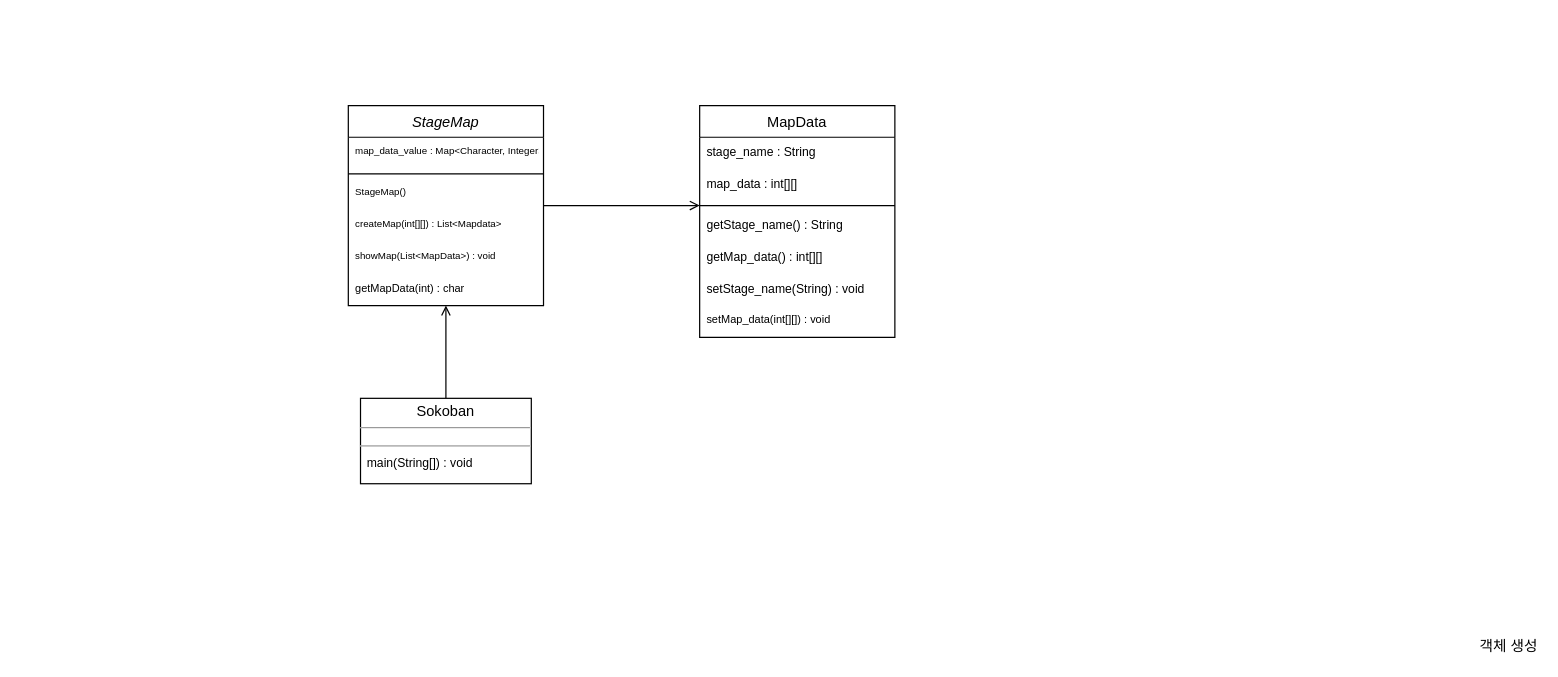
Earlier version of the draw.io diagram Untitled Diagram.drawio (ikjo93/Class-Diagram). Source tidied: cells renumbered, new cells numbered last; positions are measured from the earlier drawing's top-left corner, leaving out a move shared by most shapes. Both pictures are drawn from the tidied source at 122%, with x=0, y=0 at pixel (348, 105).
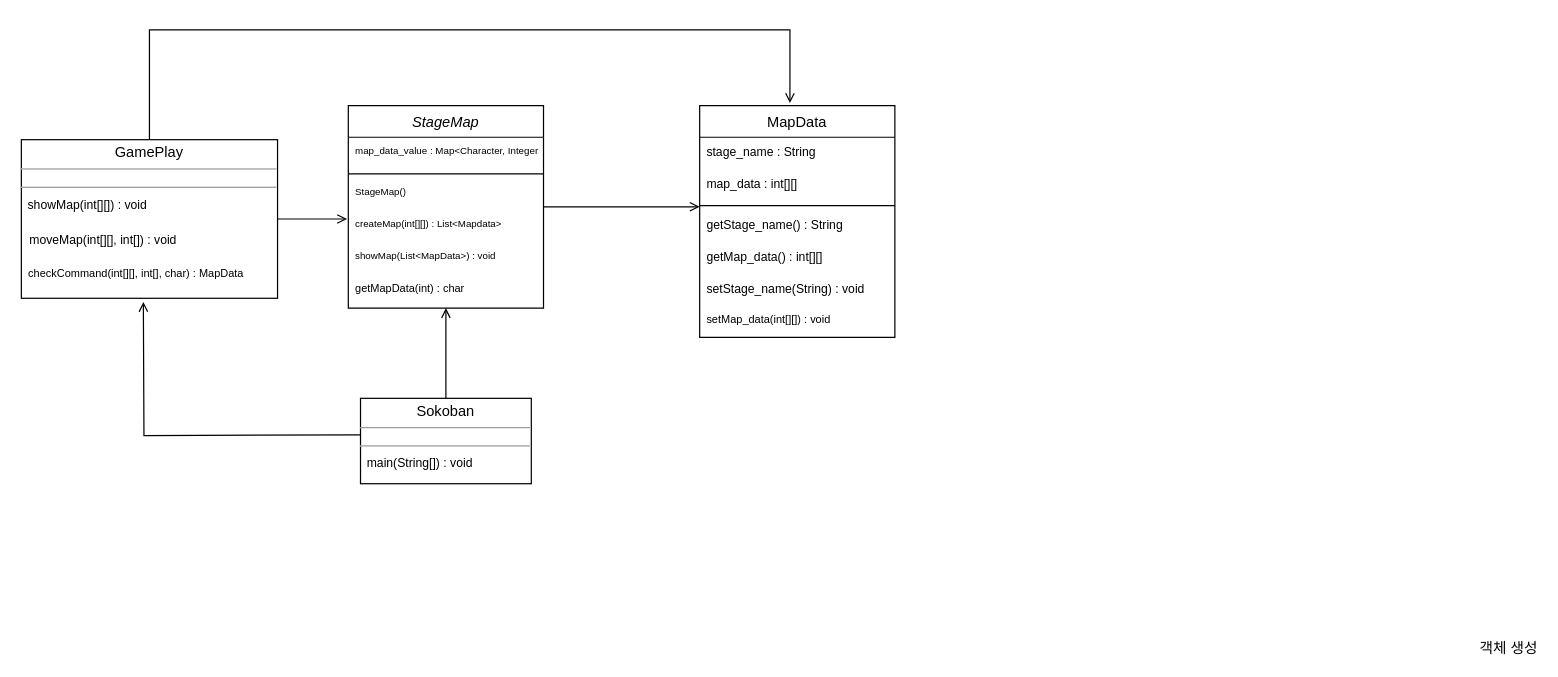
Above is the later version.

The edit, as a diff of the source:
```diff
@@
     <mxCell id="2" value="StageMap" style="swimlane;fontStyle=2;align=center;verticalAlign=top;horizontal=1;startSize=26;rounded=0;shadow=0;strokeWidth=1;" parent="1" vertex="1">
-      <mxGeometry width="160" height="164" as="geometry" />
+      <mxGeometry width="160" height="166" as="geometry" />
     </mxCell>
@@
+    <mxCell id="21" style="edgeStyle=orthogonalEdgeStyle;rounded=0;orthogonalLoop=1;jettySize=auto;html=1;fontSize=10;endArrow=open;endFill=0;" parent="1" edge="1">
+      <mxGeometry relative="1" as="geometry">
+        <mxPoint x="10" y="270" as="sourcePoint" />
+        <mxPoint x="-168" y="161" as="targetPoint" />
+      </mxGeometry>
+    </mxCell>
@@
+    <mxCell id="22" style="edgeStyle=orthogonalEdgeStyle;rounded=0;jettySize=auto;html=1;fontSize=10;endArrow=open;endFill=0;exitX=1;exitY=0.5;exitDx=0;exitDy=0;" parent="1" edge="1" source="24">
+      <mxGeometry relative="1" as="geometry">
+        <mxPoint x="-1" y="93" as="targetPoint" />
+      </mxGeometry>
+    </mxCell>
+    <mxCell id="23" style="edgeStyle=orthogonalEdgeStyle;rounded=0;orthogonalLoop=1;jettySize=auto;html=1;fontSize=9;endArrow=open;endFill=0;" parent="1" edge="1">
+      <mxGeometry relative="1" as="geometry">
+        <mxPoint x="-163" y="30" as="sourcePoint" />
+        <mxPoint x="362" y="-2" as="targetPoint" />
+        <Array as="points">
+          <mxPoint x="-163" y="-62" />
+        </Array>
+      </mxGeometry>
+    </mxCell>
+    <mxCell id="24" value="&lt;p style=&quot;margin: 0px ; margin-top: 4px ; text-align: center&quot;&gt;GamePlay&lt;br&gt;&lt;/p&gt;&lt;hr size=&quot;1&quot;&gt;&lt;div style=&quot;height: 2px&quot;&gt;&lt;/div&gt;&lt;hr size=&quot;1&quot;&gt;&lt;div style=&quot;height: 2px&quot;&gt;&lt;span style=&quot;font-size: 10px&quot;&gt;&amp;nbsp; showMap(int[][]) : void&lt;/span&gt;&lt;/div&gt;&lt;div style=&quot;height: 2px&quot;&gt;&lt;span style=&quot;font-size: 10px&quot;&gt;&lt;br&gt;&lt;/span&gt;&lt;/div&gt;" style="verticalAlign=top;align=left;overflow=fill;fontSize=12;fontFamily=Helvetica;html=1;" parent="1" vertex="1">
+      <mxGeometry x="-268" y="28" width="210" height="130" as="geometry" />
+    </mxCell>
+    <mxCell id="25" value="moveMap(int[][], int[]) : void" style="text;strokeColor=none;fillColor=none;align=left;verticalAlign=top;spacingLeft=4;spacingRight=4;overflow=hidden;fontSize=10;" parent="1" vertex="1">
+      <mxGeometry x="-267" y="98" width="170" height="26" as="geometry" />
+    </mxCell>
+    <mxCell id="26" value="checkCommand(int[][], int[], char) : MapData" style="text;strokeColor=none;fillColor=none;align=left;verticalAlign=top;spacingLeft=4;spacingRight=4;overflow=hidden;fontSize=9;" parent="1" vertex="1">
+      <mxGeometry x="-268" y="126" width="200" height="26" as="geometry" />
+    </mxCell>
```
